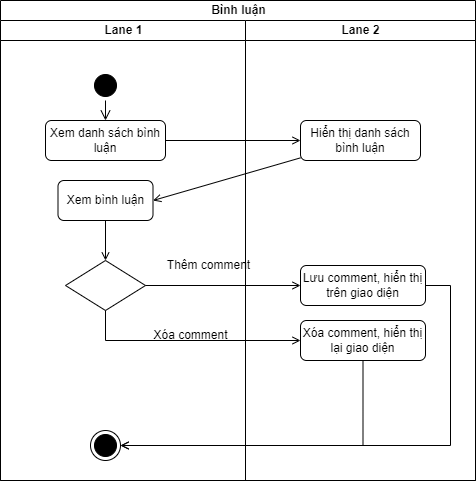
Above: activity diagram/bình luận bảng tin.drawio.png in kienndhn/draw-io (draw.io), before the change. Source tidied: cells renumbered, new cells last; positions are measured from the earlier drawing's top-left corner, leaving out a move shared by most shapes.
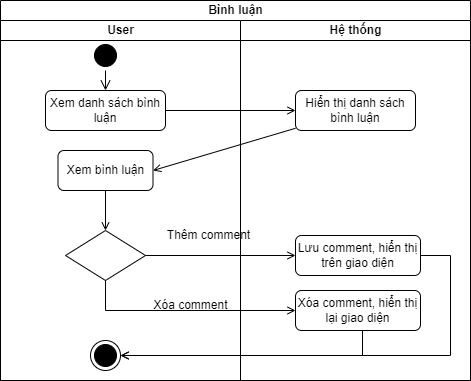
After the commit.

Change to the diagram source:
```diff
@@ -3,49 +3,49 @@
     <mxCell id="0" />
     <mxCell id="1" parent="0" />
     <mxCell id="2" value="Bình luận" style="swimlane;startSize=20;html=1;strokeColor=#000000;" parent="1" vertex="1">
-      <mxGeometry width="475" height="480" as="geometry" />
+      <mxGeometry width="470" height="380" as="geometry" />
     </mxCell>
-    <mxCell id="3" value="Lane 1" style="swimlane;startSize=20;html=1;strokeColor=#000000;" parent="2" vertex="1">
-      <mxGeometry y="20" width="245" height="460" as="geometry" />
+    <mxCell id="3" value="User" style="swimlane;startSize=20;html=1;strokeColor=#000000;" parent="2" vertex="1">
+      <mxGeometry y="20" width="240" height="360" as="geometry" />
     </mxCell>
     <mxCell id="4" style="ellipse;html=1;shape=startState;fillColor=#000000;strokeColor=#000000;" parent="3" vertex="1">
-      <mxGeometry x="90" y="50" width="30" height="30" as="geometry" />
+      <mxGeometry x="90" y="20" width="30" height="30" as="geometry" />
     </mxCell>
     <mxCell id="5" style="edgeStyle=orthogonalEdgeStyle;html=1;verticalAlign=bottom;endArrow=open;endSize=8;strokeColor=#000000;rounded=0;entryX=0.5;entryY=0;entryDx=0;entryDy=0;" parent="3" edge="1" source="4" target="6">
       <mxGeometry relative="1" as="geometry" />
     </mxCell>
     <mxCell id="6" value="Xem danh sách bình luận" style="rounded=1;whiteSpace=wrap;html=1;strokeColor=#000000;" parent="3" vertex="1">
-      <mxGeometry x="45" y="100" width="120" height="40" as="geometry" />
+      <mxGeometry x="45" y="70" width="120" height="40" as="geometry" />
     </mxCell>
     <mxCell id="7" style="edgeStyle=orthogonalEdgeStyle;rounded=0;jettySize=auto;html=1;entryX=0.5;entryY=0;entryDx=0;entryDy=0;strokeColor=#000000;endArrow=open;endFill=0;" parent="3" edge="1" source="8" target="9">
       <mxGeometry relative="1" as="geometry" />
     </mxCell>
     <mxCell id="8" value="Xem bình luận" style="rounded=1;whiteSpace=wrap;html=1;strokeColor=#000000;" parent="3" vertex="1">
-      <mxGeometry x="57.5" y="160" width="95" height="40" as="geometry" />
+      <mxGeometry x="57.5" y="130" width="95" height="40" as="geometry" />
     </mxCell>
     <mxCell id="9" style="rhombus;whiteSpace=wrap;html=1;strokeColor=#000000;" parent="3" vertex="1">
-      <mxGeometry x="65" y="240" width="80" height="50" as="geometry" />
+      <mxGeometry x="65" y="210" width="80" height="50" as="geometry" />
     </mxCell>
     <mxCell id="10" value="Thêm comment" style="text;html=1;align=center;verticalAlign=middle;strokeColor=none;fillColor=none;" parent="3" vertex="1">
-      <mxGeometry x="152.5" y="230" width="110" height="30" as="geometry" />
+      <mxGeometry x="152.5" y="200" width="110" height="30" as="geometry" />
     </mxCell>
     <mxCell id="11" value="Xóa comment" style="text;html=1;align=center;verticalAlign=middle;strokeColor=none;fillColor=none;" parent="3" vertex="1">
-      <mxGeometry x="140" y="300" width="100" height="30" as="geometry" />
+      <mxGeometry x="140" y="270" width="100" height="30" as="geometry" />
     </mxCell>
     <mxCell id="12" style="ellipse;html=1;shape=endState;fillColor=#000000;strokeColor=default;" parent="3" vertex="1">
-      <mxGeometry x="90" y="410" width="30" height="30" as="geometry" />
+      <mxGeometry x="90" y="320" width="30" height="30" as="geometry" />
     </mxCell>
-    <mxCell id="13" value="Lane 2" style="swimlane;startSize=20;html=1;strokeColor=#000000;" parent="2" vertex="1">
-      <mxGeometry x="245" y="20" width="230" height="460" as="geometry" />
+    <mxCell id="13" value="Hệ thống" style="swimlane;startSize=20;html=1;strokeColor=#000000;" parent="2" vertex="1">
+      <mxGeometry x="240" y="20" width="230" height="360" as="geometry" />
     </mxCell>
     <mxCell id="14" value="Hiển thị danh sách bình luận" style="rounded=1;whiteSpace=wrap;html=1;strokeColor=#000000;" parent="13" vertex="1">
-      <mxGeometry x="55" y="100" width="120" height="40" as="geometry" />
+      <mxGeometry x="55" y="70" width="120" height="40" as="geometry" />
     </mxCell>
     <mxCell id="15" value="Lưu comment, hiển thị trên giao diện" style="rounded=1;whiteSpace=wrap;html=1;strokeColor=#000000;" parent="13" vertex="1">
-      <mxGeometry x="55" y="245" width="125" height="40" as="geometry" />
+      <mxGeometry x="55" y="215" width="125" height="40" as="geometry" />
     </mxCell>
     <mxCell id="16" value="Xóa comment, hiển thị lại giao diện" style="rounded=1;whiteSpace=wrap;html=1;strokeColor=#000000;" parent="13" vertex="1">
-      <mxGeometry x="55" y="300" width="125" height="40" as="geometry" />
+      <mxGeometry x="55" y="270" width="125" height="40" as="geometry" />
     </mxCell>
     <mxCell id="17" style="edgeStyle=orthogonalEdgeStyle;rounded=0;jettySize=auto;html=1;strokeColor=#000000;endArrow=open;endFill=0;" parent="2" edge="1" source="6" target="14">
       <mxGeometry relative="1" as="geometry" />
@@ -59,22 +59,24 @@
     <mxCell id="20" style="edgeStyle=orthogonalEdgeStyle;rounded=0;jettySize=auto;html=1;strokeColor=#000000;entryX=0;entryY=0.5;entryDx=0;entryDy=0;endArrow=open;endFill=0;" parent="2" edge="1" source="9" target="16">
       <mxGeometry relative="1" as="geometry">
         <Array as="points">
-          <mxPoint x="105" y="340" />
+          <mxPoint x="105" y="310" />
         </Array>
       </mxGeometry>
     </mxCell>
-    <mxCell id="21" style="edgeStyle=orthogonalEdgeStyle;rounded=0;jettySize=auto;html=1;strokeColor=#000000;entryX=1;entryY=0.5;entryDx=0;entryDy=0;exitX=1;exitY=0.5;exitDx=0;exitDy=0;endArrow=open;endFill=0;" parent="2" edge="1" source="15" target="12">
+    <mxCell id="21" style="edgeStyle=orthogonalEdgeStyle;rounded=0;jettySize=auto;html=1;strokeColor=#000000;entryX=1;entryY=0.5;entryDx=0;entryDy=0;exitX=1;exitY=0.5;exitDx=0;exitDy=0;endArrow=open;endFill=0;" parent="2" edge="1" source="15">
       <mxGeometry relative="1" as="geometry">
+        <mxPoint x="120" y="355" as="targetPoint" />
         <Array as="points">
-          <mxPoint x="450" y="285" />
-          <mxPoint x="450" y="445" />
+          <mxPoint x="450" y="255" />
+          <mxPoint x="450" y="355" />
         </Array>
       </mxGeometry>
     </mxCell>
-    <mxCell id="22" style="edgeStyle=orthogonalEdgeStyle;rounded=0;jettySize=auto;html=1;entryX=1;entryY=0.5;entryDx=0;entryDy=0;endArrow=open;endFill=0;" parent="2" edge="1" source="16" target="12">
+    <mxCell id="22" style="edgeStyle=orthogonalEdgeStyle;rounded=0;jettySize=auto;html=1;entryX=1;entryY=0.5;entryDx=0;entryDy=0;endArrow=open;endFill=0;" parent="2" edge="1" source="16">
       <mxGeometry relative="1" as="geometry">
+        <mxPoint x="120" y="355" as="targetPoint" />
         <Array as="points">
-          <mxPoint x="362" y="445" />
+          <mxPoint x="362" y="355" />
         </Array>
       </mxGeometry>
     </mxCell>
```
